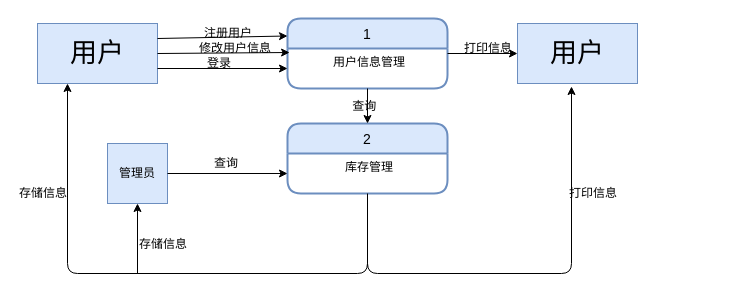
Before: Untitled Diagram.drawio in fancy5858/hello-world, a draw.io diagram. Source tidied: cells renumbered, new cells numbered last; positions are measured from the earlier drawing's top-left corner, leaving out a move shared by most shapes. Both pictures are drawn from the tidied source at 100%, with x=0, y=0 at pixel (17, 18).
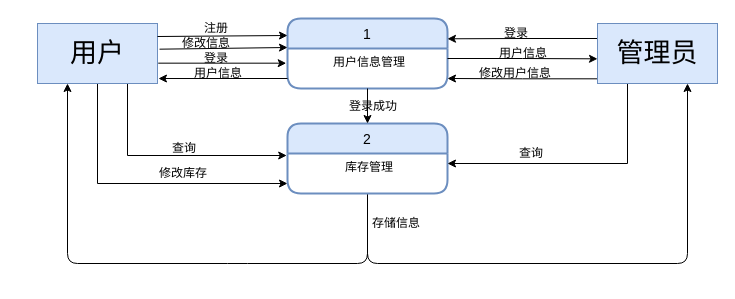
Above is the later version.

Unchanged cells that the change refers to:
```xml
<mxCell id="2" value="&lt;font style=&quot;font-size: 27px&quot;&gt;用户&lt;/font&gt;" style="rounded=0;whiteSpace=wrap;html=1;fillColor=#dae8fc;strokeColor=#6c8ebf;" parent="1" vertex="1">
  <mxGeometry x="20" y="5" width="120" height="60" as="geometry" />
</mxCell>
<mxCell id="3" value="1" style="swimlane;horizontal=1;startSize=30;fillColor=#dae8fc;rounded=1;fontSize=14;fontStyle=0;strokeWidth=2;shadow=0;dashed=0;align=center;strokeColor=#6c8ebf;" parent="1" vertex="1">
  <mxGeometry x="270" width="160" height="70" as="geometry" />
</mxCell>
<mxCell id="4" value="用户信息管理" style="align=center;strokeColor=none;fillColor=none;spacingLeft=4;fontSize=12;verticalAlign=top;" parent="3" vertex="1">
  <mxGeometry y="30" width="160" height="40" as="geometry" />
</mxCell>
<mxCell id="15" value="库存管理" style="align=center;strokeColor=none;fillColor=none;spacingLeft=4;fontSize=12;verticalAlign=top;" parent="14" vertex="1">
  <mxGeometry y="30" width="160" height="40" as="geometry" />
</mxCell>
```

Change to the diagram source:
```diff
@@
+    <mxCell id="27" style="edgeStyle=orthogonalEdgeStyle;rounded=0;jettySize=auto;html=1;exitX=0.5;exitY=1;exitDx=0;exitDy=0;entryX=0;entryY=0.75;entryDx=0;entryDy=0;" parent="1" edge="1" source="2" target="15">
+      <mxGeometry relative="1" as="geometry" />
+    </mxCell>
+    <mxCell id="28" style="edgeStyle=orthogonalEdgeStyle;rounded=0;jettySize=auto;html=1;exitX=0.75;exitY=1;exitDx=0;exitDy=0;entryX=-0.005;entryY=0.05;entryDx=0;entryDy=0;entryPerimeter=0;" parent="1" edge="1" source="2" target="15">
+      <mxGeometry relative="1" as="geometry" />
+    </mxCell>
@@
-    <mxCell id="5" style="endArrow=classic;html=1;entryX=0;entryY=0.25;entryDx=0;entryDy=0;exitX=1;exitY=0.25;exitDx=0;exitDy=0;" parent="1" edge="1" source="2" target="3">
-      <mxGeometry relative="1" as="geometry" />
+    <mxCell id="5" style="endArrow=classic;html=1;entryX=0;entryY=0.25;entryDx=0;entryDy=0;" parent="1" edge="1" target="3">
+      <mxGeometry relative="1" as="geometry">
+        <mxPoint x="140" y="18" as="sourcePoint" />
+        <Array as="points">
+          <mxPoint x="270" y="17" />
+        </Array>
+      </mxGeometry>
     </mxCell>
-    <mxCell id="6" value="注册用户" style="text;html=1;align=left;verticalAlign=top;spacingTop=-4;" parent="1" vertex="1">
-      <mxGeometry x="185" y="5" width="60" height="20" as="geometry" />
+    <mxCell id="6" value="注册" style="text;html=1;align=left;verticalAlign=top;spacingTop=-4;" parent="1" vertex="1">
+      <mxGeometry x="185" width="40" height="20" as="geometry" />
     </mxCell>
-    <mxCell id="7" style="endArrow=classic;html=1;exitX=1;exitY=0.75;exitDx=0;exitDy=0;" parent="1" edge="1" source="2" target="4">
+    <mxCell id="7" style="endArrow=classic;html=1;exitX=1.006;exitY=0.661;exitDx=0;exitDy=0;entryX=-0.008;entryY=0.367;entryDx=0;entryDy=0;entryPerimeter=0;exitPerimeter=0;" parent="1" edge="1" source="2" target="4">
       <mxGeometry relative="1" as="geometry" />
     </mxCell>
     <mxCell id="8" value="登录" style="text;html=1;align=left;verticalAlign=top;spacingTop=-4;" parent="1" vertex="1">
-      <mxGeometry x="188" y="35" width="40" height="20" as="geometry" />
+      <mxGeometry x="185" y="30" width="40" height="20" as="geometry" />
     </mxCell>
-    <mxCell id="9" value="管理员" style="whiteSpace=wrap;html=1;fillColor=#dae8fc;align=center;strokeColor=#6c8ebf;" parent="1" vertex="1">
-      <mxGeometry x="90" y="125" width="60" height="60" as="geometry" />
-    </mxCell>
     <mxCell id="10" style="endArrow=classic;html=1;entryX=0.25;entryY=1;entryDx=0;entryDy=0;exitX=0.5;exitY=1;exitDx=0;exitDy=0;" parent="1" edge="1" source="15" target="2">
       <mxGeometry relative="1" as="geometry">
         <Array as="points">
-          <mxPoint x="350" y="255" />
-          <mxPoint x="50" y="255" />
+          <mxPoint x="350" y="245" />
+          <mxPoint x="220" y="245" />
+          <mxPoint x="50" y="245" />
         </Array>
       </mxGeometry>
     </mxCell>
-    <mxCell id="11" value="存储信息" style="text;html=1;align=left;verticalAlign=top;spacingTop=-4;" parent="1" vertex="1">
-      <mxGeometry y="165" width="60" height="20" as="geometry" />
-    </mxCell>
-    <mxCell id="12" style="endArrow=classic;html=1;entryX=0.5;entryY=1;entryDx=0;entryDy=0;" parent="1" edge="1" target="9">
+    <mxCell id="12" style="endArrow=classic;html=1;entryX=0.75;entryY=1;entryDx=0;entryDy=0;exitX=0.5;exitY=1;exitDx=0;exitDy=0;" parent="1" edge="1" source="15" target="9">
       <mxGeometry relative="1" as="geometry">
-        <mxPoint x="120" y="255" as="sourcePoint" />
+        <Array as="points">
+          <mxPoint x="350" y="245" />
+          <mxPoint x="670" y="245" />
+        </Array>
       </mxGeometry>
     </mxCell>
     <mxCell id="13" value="存储信息" style="text;html=1;align=left;verticalAlign=top;spacingTop=-4;" parent="1" vertex="1">
-      <mxGeometry x="120" y="216" width="60" height="20" as="geometry" />
+      <mxGeometry x="352.5" y="195" width="60" height="20" as="geometry" />
     </mxCell>
@@
-    <mxCell id="17" value="&lt;div style=&quot;text-align: center&quot;&gt;&amp;nbsp;查询&lt;/div&gt;" style="text;html=1;align=left;verticalAlign=top;spacingTop=-4;" parent="1" vertex="1">
-      <mxGeometry x="330" y="77.5" width="40" height="20" as="geometry" />
+    <mxCell id="17" value="&lt;div style=&quot;text-align: center&quot;&gt;登录成功&lt;/div&gt;" style="text;html=1;align=left;verticalAlign=top;spacingTop=-4;" parent="1" vertex="1">
+      <mxGeometry x="330" y="77.5" width="60" height="20" as="geometry" />
     </mxCell>
-    <mxCell id="18" value="&lt;font style=&quot;font-size: 27px&quot;&gt;用户&lt;/font&gt;" style="rounded=0;whiteSpace=wrap;html=1;fillColor=#dae8fc;strokeColor=#6c8ebf;" parent="1" vertex="1">
-      <mxGeometry x="500" y="5" width="120" height="60" as="geometry" />
-    </mxCell>
-    <mxCell id="19" style="endArrow=classic;html=1;entryX=0;entryY=0.5;entryDx=0;entryDy=0;" parent="1" edge="1" target="18">
-      <mxGeometry relative="1" as="geometry">
-        <mxPoint x="430" y="35" as="sourcePoint" />
-      </mxGeometry>
-    </mxCell>
-    <mxCell id="20" value="打印信息" style="text;html=1;align=left;verticalAlign=top;spacingTop=-4;" parent="1" vertex="1">
-      <mxGeometry x="445" y="20" width="60" height="20" as="geometry" />
-    </mxCell>
-    <mxCell id="21" style="endArrow=classic;html=1;entryX=0.45;entryY=1.05;entryDx=0;entryDy=0;entryPerimeter=0;exitX=0.5;exitY=1;exitDx=0;exitDy=0;" parent="1" edge="1" source="15" target="18">
-      <mxGeometry relative="1" as="geometry">
-        <Array as="points">
-          <mxPoint x="350" y="255" />
-          <mxPoint x="554" y="255" />
-        </Array>
-      </mxGeometry>
-    </mxCell>
-    <mxCell id="22" value="打印信息" style="text;html=1;align=left;verticalAlign=top;spacingTop=-4;" parent="1" vertex="1">
-      <mxGeometry x="550" y="165" width="60" height="20" as="geometry" />
-    </mxCell>
-    <mxCell id="23" style="endArrow=classic;html=1;exitX=1;exitY=0.5;exitDx=0;exitDy=0;entryX=0.013;entryY=0.1;entryDx=0;entryDy=0;entryPerimeter=0;" parent="1" edge="1" source="2" target="4">
-      <mxGeometry relative="1" as="geometry" />
+    <mxCell id="23" style="endArrow=classic;html=1;exitX=1.017;exitY=0.428;exitDx=0;exitDy=0;exitPerimeter=0;" parent="1" edge="1" source="2">
+      <mxGeometry relative="1" as="geometry">
+        <mxPoint x="270" y="29" as="targetPoint" />
+      </mxGeometry>
     </mxCell>
-    <mxCell id="24" value="修改用户信息" style="text;html=1;align=left;verticalAlign=top;spacingTop=-4;" parent="1" vertex="1">
-      <mxGeometry x="180" y="20" width="90" height="20" as="geometry" />
+    <mxCell id="24" value="修改信息" style="text;html=1;align=left;verticalAlign=top;spacingTop=-4;" parent="1" vertex="1">
+      <mxGeometry x="163" y="15" width="60" height="20" as="geometry" />
     </mxCell>
+    <mxCell id="26" value="查询" style="text;html=1;align=left;verticalAlign=top;spacingTop=-4;" parent="1" vertex="1">
+      <mxGeometry x="500" y="125" width="40" height="20" as="geometry" />
+    </mxCell>
+    <mxCell id="29" style="edgeStyle=orthogonalEdgeStyle;rounded=0;jettySize=auto;html=1;exitX=0;exitY=0.75;exitDx=0;exitDy=0;entryX=1.008;entryY=0.917;entryDx=0;entryDy=0;entryPerimeter=0;" parent="1" edge="1" source="4" target="2">
+      <mxGeometry relative="1" as="geometry" />
+    </mxCell>
+    <mxCell id="30" value="用户信息" style="text;html=1;align=left;verticalAlign=top;spacingTop=-4;" parent="1" vertex="1">
+      <mxGeometry x="175" y="45" width="60" height="20" as="geometry" />
+    </mxCell>
+    <mxCell id="31" style="edgeStyle=orthogonalEdgeStyle;rounded=0;jettySize=auto;html=1;exitX=0;exitY=0.25;exitDx=0;exitDy=0;" parent="1" edge="1" source="9">
+      <mxGeometry relative="1" as="geometry">
+        <mxPoint x="430" y="20.3" as="targetPoint" />
+      </mxGeometry>
+    </mxCell>
+    <mxCell id="32" style="edgeStyle=orthogonalEdgeStyle;rounded=0;jettySize=auto;html=1;exitX=0.003;exitY=0.922;exitDx=0;exitDy=0;entryX=1;entryY=0.75;entryDx=0;entryDy=0;exitPerimeter=0;" parent="1" edge="1" source="9" target="4">
+      <mxGeometry relative="1" as="geometry" />
+    </mxCell>
-    <mxCell id="25" style="endArrow=classic;html=1;exitX=1;exitY=0.5;exitDx=0;exitDy=0;entryX=0;entryY=0.5;entryDx=0;entryDy=0;" parent="1" edge="1" source="9" target="15">
+    <mxCell id="25" style="edgeStyle=orthogonalEdgeStyle;rounded=0;jettySize=auto;html=1;exitX=0.25;exitY=1;exitDx=0;exitDy=0;entryX=1;entryY=0.25;entryDx=0;entryDy=0;" parent="1" edge="1" source="9" target="15">
       <mxGeometry relative="1" as="geometry" />
     </mxCell>
-    <mxCell id="26" value="查询" style="text;html=1;align=left;verticalAlign=top;spacingTop=-4;" parent="1" vertex="1">
-      <mxGeometry x="195" y="135" width="40" height="20" as="geometry" />
-    </mxCell>
+    <mxCell id="9" value="&lt;font style=&quot;font-size: 27px&quot;&gt;管理员&lt;br&gt;&lt;/font&gt;" style="rounded=0;whiteSpace=wrap;html=1;fillColor=#dae8fc;strokeColor=#6c8ebf;" parent="1" vertex="1">
+      <mxGeometry x="580" y="5" width="120" height="60" as="geometry" />
+    </mxCell>
+    <mxCell id="33" value="登录" style="text;html=1;align=left;verticalAlign=top;spacingTop=-4;" parent="1" vertex="1">
+      <mxGeometry x="485" y="5" width="40" height="20" as="geometry" />
+    </mxCell>
+    <mxCell id="34" value="修改用户信息" style="text;html=1;align=left;verticalAlign=top;spacingTop=-4;" parent="1" vertex="1">
+      <mxGeometry x="460" y="45" width="90" height="20" as="geometry" />
+    </mxCell>
+    <mxCell id="35" style="edgeStyle=orthogonalEdgeStyle;rounded=0;jettySize=auto;html=1;exitX=1;exitY=0.25;exitDx=0;exitDy=0;entryX=0;entryY=0.589;entryDx=0;entryDy=0;entryPerimeter=0;" parent="1" edge="1" source="4" target="9">
+      <mxGeometry relative="1" as="geometry" />
+    </mxCell>
+    <mxCell id="36" value="用户信息" style="text;html=1;align=left;verticalAlign=top;spacingTop=-4;" parent="1" vertex="1">
+      <mxGeometry x="480" y="25" width="60" height="20" as="geometry" />
+    </mxCell>
+    <mxCell id="37" value="修改库存" style="text;html=1;align=left;verticalAlign=top;spacingTop=-4;" parent="1" vertex="1">
+      <mxGeometry x="140" y="145" width="60" height="20" as="geometry" />
+    </mxCell>
+    <mxCell id="38" value="查询" style="text;html=1;align=left;verticalAlign=top;spacingTop=-4;" parent="1" vertex="1">
+      <mxGeometry x="153" y="120" width="40" height="20" as="geometry" />
+    </mxCell>
```
